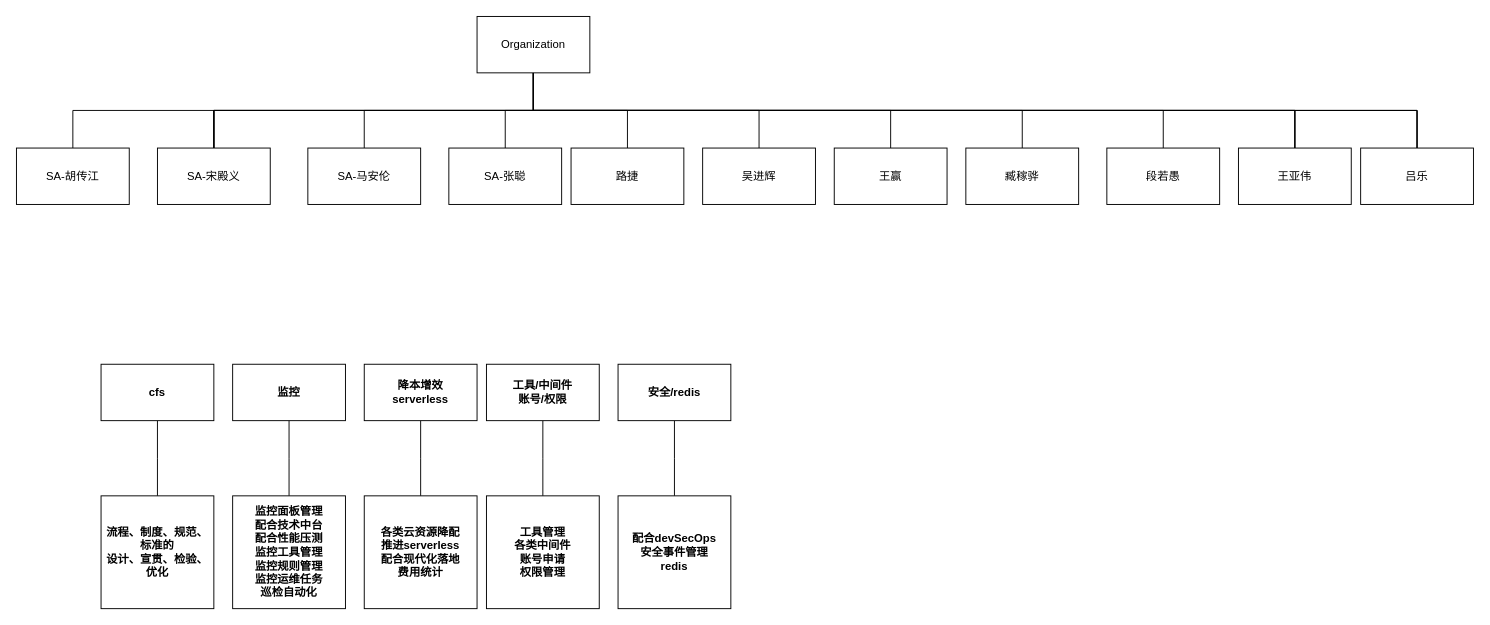
This is Untitled Diagram.drawio from 463024907/draw.io, a draw.io file, before an edit. Source tidied: cells renumbered, new cells numbered last; positions are measured from the earlier drawing's top-left corner, leaving out a move shared by most shapes. Both pictures are drawn from the tidied source at 94%, with x=0, y=0 at pixel (16, 16).
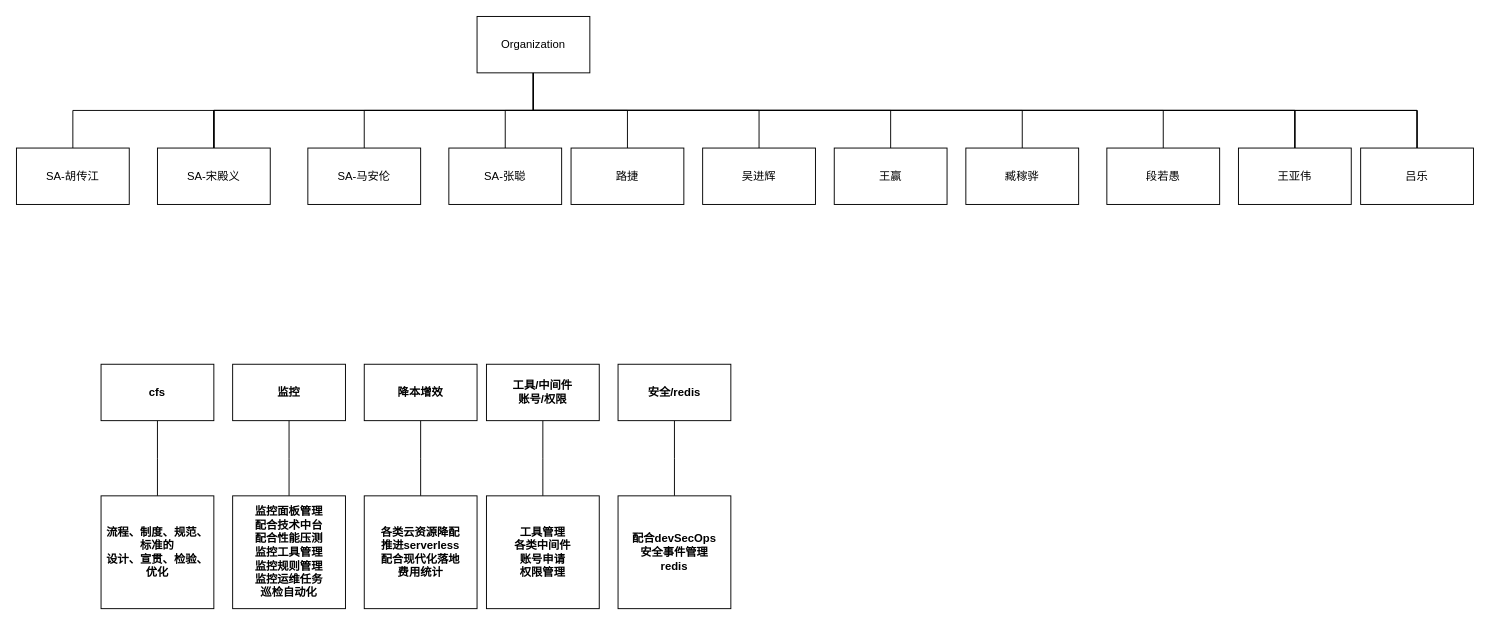
Above is the later version.

The edit, as a diff of the source:
```diff
@@
-    <mxCell id="28" value="&lt;b&gt;降本增效&lt;br&gt;&lt;/b&gt;&lt;b style=&quot;border-color: var(--border-color);&quot;&gt;serverless&lt;/b&gt;" style="whiteSpace=wrap;html=1;align=center;newEdgeStyle={&quot;edgeStyle&quot;:&quot;elbowEdgeStyle&quot;,&quot;startArrow&quot;:&quot;none&quot;,&quot;endArrow&quot;:&quot;none&quot;};" parent="1" vertex="1">
+    <mxCell id="28" value="&lt;b&gt;降本增效&lt;/b&gt;" style="whiteSpace=wrap;html=1;align=center;newEdgeStyle={&quot;edgeStyle&quot;:&quot;elbowEdgeStyle&quot;,&quot;startArrow&quot;:&quot;none&quot;,&quot;endArrow&quot;:&quot;none&quot;};" parent="1" vertex="1">
       <mxGeometry x="370" y="370" width="120" height="60" as="geometry" />
     </mxCell>
```
